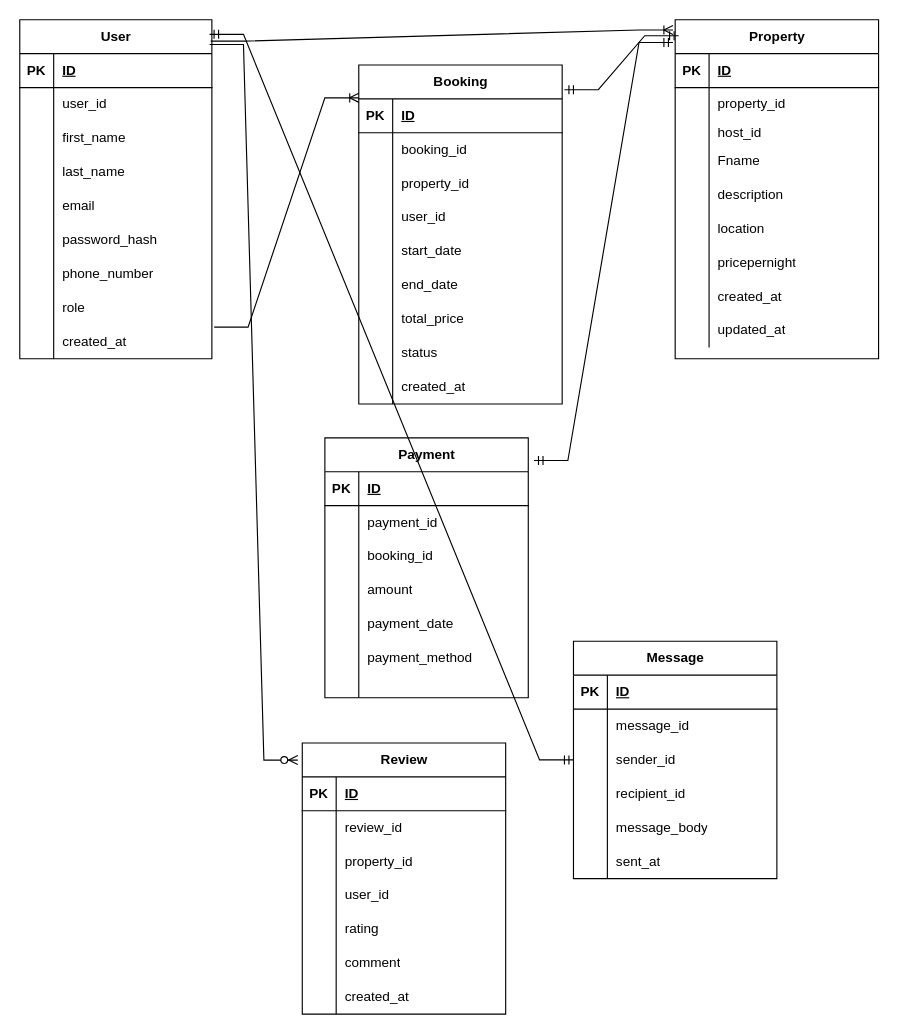
Before: page "Page-2" (2 of 2) of ERD/ALX DB.drawio in Amandecoe/alx-airbnb-database, a draw.io diagram. Source tidied: cells renumbered, new cells numbered last; positions are measured from the earlier drawing's top-left corner, leaving out a move shared by most shapes. Both pictures are drawn from the tidied source at 113%, with x=0, y=0 at pixel (19, 19).
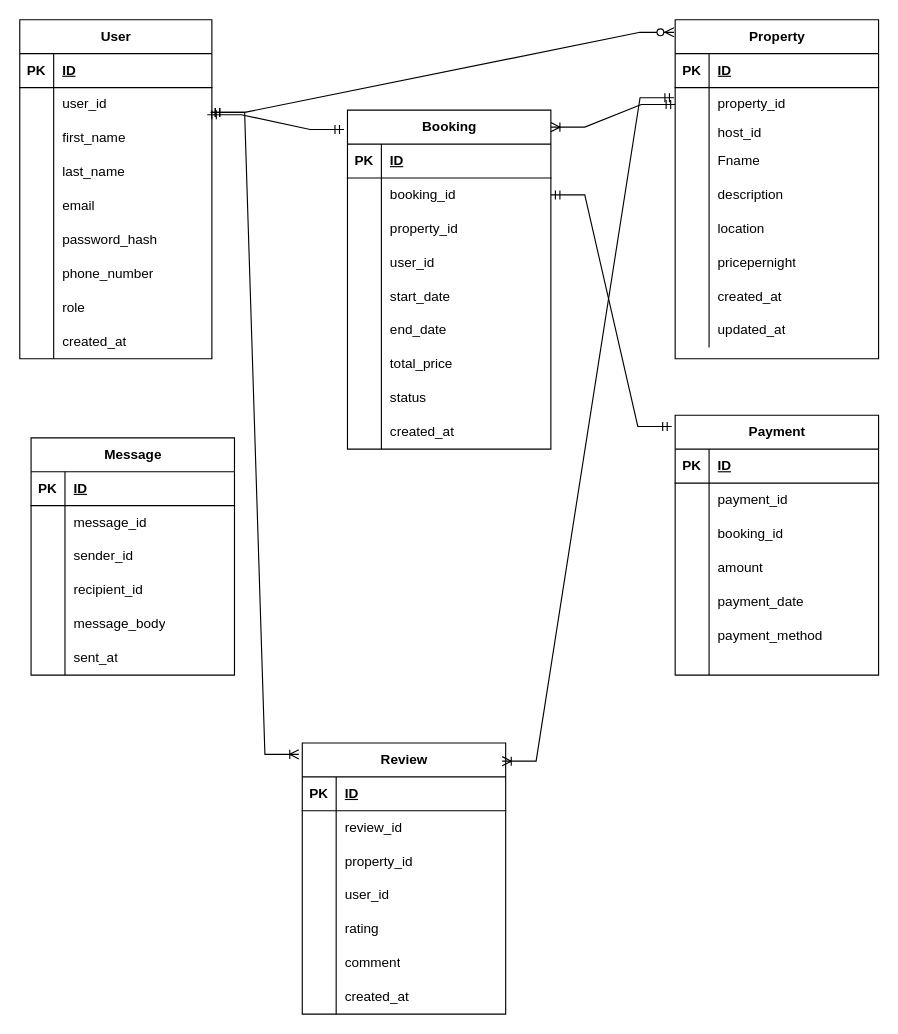
The same diagram, later.

The change refers to these unchanged cells:
```xml
<mxCell id="2" value="&lt;div&gt;User&lt;/div&gt;" style="shape=table;startSize=30;childLayout=tableLayout;rowLines=0;fontStyle=1;align=center;html=1;" parent="1" vertex="1">
  <mxGeometry width="170" height="300" as="geometry" />
</mxCell>
<mxCell id="6" style="shape=tableRow;horizontal=0;startSize=0;swimlaneHead=0;swimlaneBody=0;fillColor=none;points=[[0,0.5],[1,0.5]];portConstraint=eastwest;top=0;left=0;right=0;bottom=0;" parent="2" vertex="1">
  <mxGeometry y="60" width="170" height="30" as="geometry" />
</mxCell>
<mxCell id="27" style="shape=tableRow;horizontal=0;startSize=0;swimlaneHead=0;swimlaneBody=0;fillColor=none;points=[[0,0.5],[1,0.5]];portConstraint=eastwest;top=0;left=0;right=0;bottom=0;" parent="2" vertex="1">
  <mxGeometry y="270" width="170" height="30" as="geometry" />
</mxCell>
<mxCell id="30" value="Property" style="shape=table;startSize=30;childLayout=tableLayout;rowLines=0;fontStyle=1;align=center;html=1;" parent="1" vertex="1">
  <mxGeometry x="580" width="180" height="300" as="geometry" />
</mxCell>
<mxCell id="34" style="shape=tableRow;horizontal=0;startSize=0;swimlaneHead=0;swimlaneBody=0;fillColor=none;points=[[0,0.5],[1,0.5]];portConstraint=eastwest;top=0;left=0;right=0;bottom=0;" parent="30" vertex="1">
  <mxGeometry y="60" width="180" height="30" as="geometry" />
</mxCell>
<mxCell id="62" style="shape=tableRow;horizontal=0;startSize=0;swimlaneHead=0;swimlaneBody=0;fillColor=none;points=[[0,0.5],[1,0.5]];portConstraint=eastwest;top=0;left=0;right=0;bottom=0;" parent="58" vertex="1">
  <mxGeometry y="60" width="180" height="30" as="geometry" />
</mxCell>
<mxCell id="108" value="Review" style="shape=table;startSize=30;childLayout=tableLayout;rowLines=0;fontStyle=1;align=center;html=1;" parent="1" vertex="1">
  <mxGeometry x="250" y="640" width="180" height="240" as="geometry" />
</mxCell>
```

What changed in the source:
```diff
@@
     <mxCell id="58" value="Booking" style="shape=table;startSize=30;childLayout=tableLayout;rowLines=0;fontStyle=1;align=center;html=1;" parent="1" vertex="1">
-      <mxGeometry x="300" y="40" width="180" height="300" as="geometry" />
+      <mxGeometry x="290" y="80" width="180" height="300" as="geometry" />
     </mxCell>
@@
     <mxCell id="86" value="Payment" style="shape=table;startSize=30;childLayout=tableLayout;rowLines=0;fontStyle=1;align=center;html=1;" parent="1" vertex="1">
-      <mxGeometry x="270" y="370" width="180" height="230" as="geometry" />
+      <mxGeometry x="580" y="350" width="180" height="230" as="geometry" />
     </mxCell>
@@
     <mxCell id="130" value="Message" style="shape=table;startSize=30;childLayout=tableLayout;rowLines=0;fontStyle=1;align=center;html=1;" parent="1" vertex="1">
-      <mxGeometry x="490" y="550" width="180" height="210" as="geometry" />
+      <mxGeometry x="10" y="370" width="180" height="210" as="geometry" />
     </mxCell>
@@
-    <mxCell id="149" style="edgeStyle=entityRelationEdgeStyle;fontSize=12;html=1;endArrow=ERoneToMany;rounded=0;exitX=1.012;exitY=0.067;exitDx=0;exitDy=0;exitPerimeter=0;entryX=0;entryY=0.097;entryDx=0;entryDy=0;entryPerimeter=0;" parent="1" edge="1" source="27" target="58">
-      <mxGeometry relative="1" as="geometry" />
-    </mxCell>
-    <mxCell id="150" style="edgeStyle=entityRelationEdgeStyle;fontSize=12;html=1;endArrow=ERoneToMany;rounded=0;exitX=0.994;exitY=0.063;exitDx=0;exitDy=0;exitPerimeter=0;entryX=-0.011;entryY=0.03;entryDx=0;entryDy=0;entryPerimeter=0;" parent="1" edge="1" source="2" target="30">
-      <mxGeometry relative="1" as="geometry" />
-    </mxCell>
-    <mxCell id="151" style="edgeStyle=entityRelationEdgeStyle;fontSize=12;html=1;endArrow=ERzeroToMany;endFill=1;rounded=0;exitX=0.988;exitY=0.073;exitDx=0;exitDy=0;exitPerimeter=0;entryX=-0.022;entryY=0.063;entryDx=0;entryDy=0;entryPerimeter=0;" parent="1" edge="1" source="2" target="108">
-      <mxGeometry relative="1" as="geometry">
-        <Array as="points">
-          <mxPoint x="370" y="360" />
-        </Array>
-      </mxGeometry>
-    </mxCell>
-    <mxCell id="152" style="edgeStyle=entityRelationEdgeStyle;fontSize=12;html=1;endArrow=ERmandOne;startArrow=ERmandOne;rounded=0;entryX=-0.011;entryY=0.067;entryDx=0;entryDy=0;entryPerimeter=0;exitX=1.028;exitY=0.087;exitDx=0;exitDy=0;exitPerimeter=0;" parent="1" edge="1" source="86" target="30">
-      <mxGeometry relative="1" as="geometry">
-        <Array as="points">
-          <mxPoint x="490" y="300" />
-          <mxPoint x="480" y="200" />
-        </Array>
-      </mxGeometry>
-    </mxCell>
-    <mxCell id="153" style="edgeStyle=entityRelationEdgeStyle;fontSize=12;html=1;endArrow=ERmandOne;startArrow=ERmandOne;rounded=0;entryX=0.988;entryY=0.043;entryDx=0;entryDy=0;entryPerimeter=0;" parent="1" edge="1" source="130" target="2">
-      <mxGeometry relative="1" as="geometry">
-        <Array as="points">
-          <mxPoint x="540" y="550" />
-        </Array>
-      </mxGeometry>
-    </mxCell>
-    <mxCell id="154" style="edgeStyle=entityRelationEdgeStyle;fontSize=12;html=1;endArrow=ERmandOne;startArrow=ERmandOne;rounded=0;entryX=0.017;entryY=0.047;entryDx=0;entryDy=0;entryPerimeter=0;exitX=1.011;exitY=0.073;exitDx=0;exitDy=0;exitPerimeter=0;" parent="1" edge="1" source="58" target="30">
-      <mxGeometry relative="1" as="geometry">
-        <Array as="points">
-          <mxPoint x="480" y="150" />
-        </Array>
-      </mxGeometry>
-    </mxCell>
+    <mxCell id="155" style="edgeStyle=entityRelationEdgeStyle;fontSize=12;html=1;endArrow=ERzeroToMany;startArrow=ERmandOne;rounded=0;exitX=0.994;exitY=0.733;exitDx=0;exitDy=0;exitPerimeter=0;entryX=-0.006;entryY=0.037;entryDx=0;entryDy=0;entryPerimeter=0;" parent="1" edge="1" source="6" target="30">
+      <mxGeometry relative="1" as="geometry">
+        <Array as="points">
+          <mxPoint x="400" y="250" />
+        </Array>
+      </mxGeometry>
+    </mxCell>
+    <mxCell id="156" style="edgeStyle=entityRelationEdgeStyle;fontSize=12;html=1;endArrow=ERmandOne;startArrow=ERmandOne;rounded=0;exitX=0.976;exitY=0.8;exitDx=0;exitDy=0;exitPerimeter=0;entryX=-0.017;entryY=0.057;entryDx=0;entryDy=0;entryPerimeter=0;" parent="1" edge="1" source="6" target="58">
+      <mxGeometry relative="1" as="geometry" />
+    </mxCell>
+    <mxCell id="157" style="edgeStyle=entityRelationEdgeStyle;fontSize=12;html=1;endArrow=ERoneToMany;startArrow=ERmandOne;rounded=0;exitX=0.994;exitY=0.733;exitDx=0;exitDy=0;exitPerimeter=0;entryX=-0.017;entryY=0.042;entryDx=0;entryDy=0;entryPerimeter=0;" parent="1" edge="1" source="6" target="108">
+      <mxGeometry relative="1" as="geometry" />
+    </mxCell>
+    <mxCell id="158" style="edgeStyle=entityRelationEdgeStyle;fontSize=12;html=1;endArrow=ERoneToMany;startArrow=ERmandOne;rounded=0;entryX=1;entryY=0.05;entryDx=0;entryDy=0;entryPerimeter=0;" parent="1" edge="1" source="34" target="58">
+      <mxGeometry relative="1" as="geometry" />
+    </mxCell>
+    <mxCell id="159" style="edgeStyle=entityRelationEdgeStyle;fontSize=12;html=1;endArrow=ERoneToMany;startArrow=ERmandOne;rounded=0;exitX=-0.006;exitY=0.3;exitDx=0;exitDy=0;exitPerimeter=0;entryX=0.983;entryY=0.067;entryDx=0;entryDy=0;entryPerimeter=0;" parent="1" edge="1" source="34" target="108">
+      <mxGeometry relative="1" as="geometry" />
+    </mxCell>
+    <mxCell id="160" style="edgeStyle=entityRelationEdgeStyle;fontSize=12;html=1;endArrow=ERmandOne;startArrow=ERmandOne;rounded=0;entryX=-0.017;entryY=0.043;entryDx=0;entryDy=0;entryPerimeter=0;" parent="1" edge="1" source="62" target="86">
+      <mxGeometry relative="1" as="geometry" />
+    </mxCell>
```
